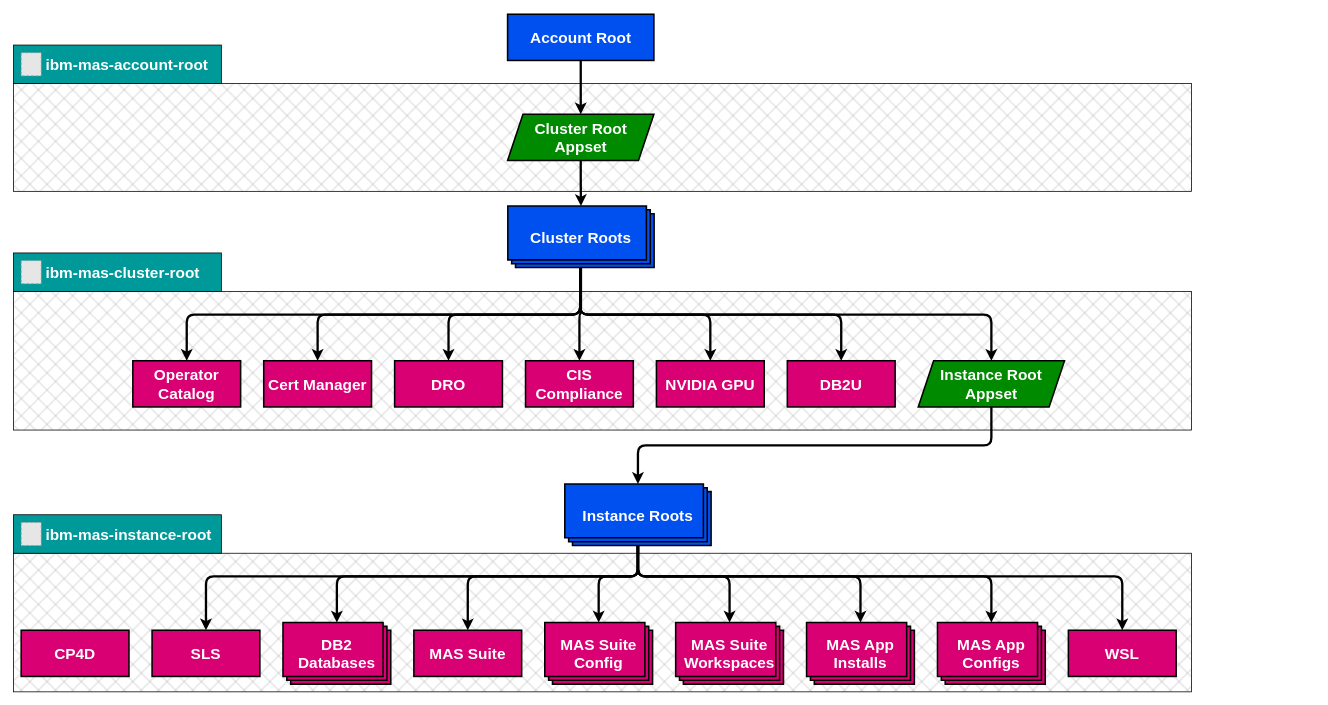
Earlier version of the draw.io diagram docs/drawio/appstructure.drawio (ibm-mas/gitops). Source tidied: cells renumbered, new cells numbered last; positions are measured from the earlier drawing's top-left corner, leaving out a move shared by most shapes. Both pictures are drawn from the tidied source at 77%, with x=0, y=0 at pixel (13, 14). Pictures stored in the file or linked from it are replaced by grey dashed boxes.
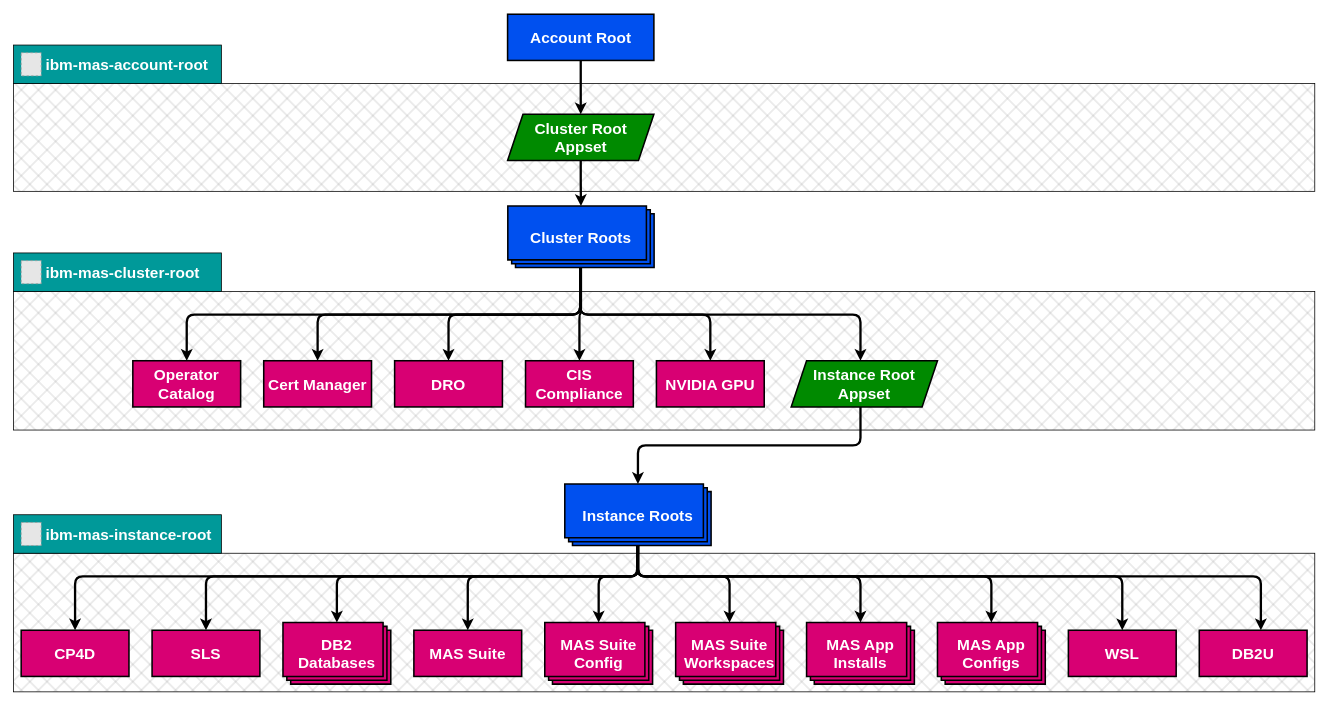
The same diagram, later.

The change refers to these unchanged cells:
```xml
<mxCell id="19" value="CP4D" style="rounded=0;whiteSpace=wrap;html=1;fillColor=#d80073;strokeColor=#000000;fontColor=#ffffff;fontStyle=1;fontSize=20;strokeWidth=2;align=center;spacing=0;" parent="1" vertex="1">
  <mxGeometry x="10" y="800" width="140" height="60" as="geometry" />
</mxCell>
<mxCell id="27" value="&lt;span style=&quot;color: rgb(255, 255, 255); font-family: Helvetica; font-size: 20px; font-style: normal; font-variant-ligatures: normal; font-variant-caps: normal; letter-spacing: normal; orphans: 2; text-indent: 0px; text-transform: none; widows: 2; word-spacing: 0px; -webkit-text-stroke-width: 0px; text-decoration-thickness: initial; text-decoration-style: initial; text-decoration-color: initial; float: none; display: inline !important;&quot;&gt;Cluster Roots&lt;/span&gt;" style="verticalLabelPosition=middle;verticalAlign=middle;html=1;shape=mxgraph.basic.layered_rect;dx=10;outlineConnect=0;fillColor=#0050ef;fontColor=#ffffff;strokeColor=#000000;labelPosition=center;align=center;labelBackgroundColor=none;whiteSpace=wrap;horizontal=1;fontStyle=1;fontSize=20;strokeWidth=2;spacing=0;" parent="1" vertex="1">
  <mxGeometry x="642" y="249" width="190" height="80" as="geometry" />
</mxCell>
<mxCell id="36" value="Instance Roots" style="verticalLabelPosition=middle;verticalAlign=middle;html=1;shape=mxgraph.basic.layered_rect;dx=10;outlineConnect=0;fillColor=#0050ef;fontColor=#ffffff;strokeColor=#000000;labelPosition=center;align=center;labelBackgroundColor=none;whiteSpace=wrap;horizontal=1;fontStyle=1;fontSize=20;strokeWidth=2;spacing=0;" parent="1" vertex="1">
  <mxGeometry x="716" y="610" width="190" height="80" as="geometry" />
</mxCell>
```

Diff of the diagram source:
```diff
@@
     <mxCell id="2" style="rounded=0;whiteSpace=wrap;html=1;strokeColor=#000000;strokeWidth=1;fontSize=20;fillColor=#9C9C9C;fillStyle=cross-hatch;" parent="1" vertex="1">
-      <mxGeometry y="700" width="1530" height="180" as="geometry" />
+      <mxGeometry y="700" width="1690" height="180" as="geometry" />
     </mxCell>
     <mxCell id="3" style="rounded=0;whiteSpace=wrap;html=1;strokeColor=#000000;strokeWidth=1;fontSize=20;fillColor=#9C9C9C;fillStyle=cross-hatch;" parent="1" vertex="1">
-      <mxGeometry y="90" width="1530" height="140" as="geometry" />
+      <mxGeometry y="90" width="1690" height="140" as="geometry" />
     </mxCell>
     <mxCell id="4" style="rounded=0;whiteSpace=wrap;html=1;strokeColor=#000000;strokeWidth=1;fontSize=20;fillColor=#9C9C9C;fillStyle=cross-hatch;" parent="1" vertex="1">
-      <mxGeometry y="360" width="1530" height="180" as="geometry" />
+      <mxGeometry y="360" width="1690" height="180" as="geometry" />
     </mxCell>
@@
     <mxCell id="9" style="edgeStyle=orthogonalEdgeStyle;html=1;strokeWidth=3;orthogonal=1;strokeColor=#000000;" parent="1" edge="1" source="10" target="36">
       <mxGeometry relative="1" as="geometry">
         <Array as="points">
-          <mxPoint x="1270" y="560" />
+          <mxPoint x="1100" y="560" />
           <mxPoint x="811" y="560" />
         </Array>
       </mxGeometry>
     </mxCell>
     <mxCell id="10" value="Instance Root Appset" style="shape=parallelogram;perimeter=parallelogramPerimeter;whiteSpace=wrap;html=1;fixedSize=1;fillColor=#008a00;fontColor=#ffffff;strokeColor=#000000;fontStyle=1;fontSize=20;strokeWidth=2;align=center;spacing=0;" parent="1" vertex="1">
-      <mxGeometry x="1175" y="450" width="190" height="60" as="geometry" />
+      <mxGeometry x="1010" y="450" width="190" height="60" as="geometry" />
     </mxCell>
@@
     <mxCell id="16" value="DB2U" style="rounded=0;whiteSpace=wrap;html=1;fillColor=#d80073;strokeColor=#000000;fontColor=#ffffff;fontStyle=1;fontSize=20;strokeWidth=2;align=center;spacing=0;" parent="1" vertex="1">
-      <mxGeometry x="1005" y="450" width="140" height="60" as="geometry" />
+      <mxGeometry x="1540" y="800" width="140" height="60" as="geometry" />
     </mxCell>
@@
-    <mxCell id="25" style="edgeStyle=orthogonalEdgeStyle;html=1;strokeWidth=3;orthogonal=1;strokeColor=#000000;" parent="1" edge="1" source="27" target="16">
-      <mxGeometry relative="1" as="geometry">
-        <Array as="points">
-          <mxPoint x="736" y="390" />
-          <mxPoint x="1075" y="390" />
-        </Array>
-      </mxGeometry>
-    </mxCell>
     <mxCell id="26" style="edgeStyle=orthogonalEdgeStyle;html=1;strokeWidth=3;orthogonal=1;strokeColor=#000000;" parent="1" edge="1" source="27" target="10">
       <mxGeometry relative="1" as="geometry">
         <Array as="points">
           <mxPoint x="736" y="390" />
-          <mxPoint x="1270" y="390" />
+          <mxPoint x="1100" y="390" />
         </Array>
       </mxGeometry>
     </mxCell>
@@
+    <mxCell id="50" style="edgeStyle=orthogonalEdgeStyle;html=1;strokeColor=#000000;strokeWidth=3;fontSize=20;orthogonal=1;" parent="1" edge="1" source="36" target="16">
+      <mxGeometry relative="1" as="geometry">
+        <Array as="points">
+          <mxPoint x="810" y="730" />
+          <mxPoint x="1620" y="730" />
+        </Array>
+      </mxGeometry>
+    </mxCell>
+    <mxCell id="51" style="edgeStyle=orthogonalEdgeStyle;html=1;strokeWidth=3;orthogonal=1;strokeColor=#000000;" parent="1" edge="1" source="36" target="19">
+      <mxGeometry relative="1" as="geometry">
+        <Array as="points">
+          <mxPoint x="810" y="730" />
+          <mxPoint x="80" y="730" />
+        </Array>
+      </mxGeometry>
+    </mxCell>
```
